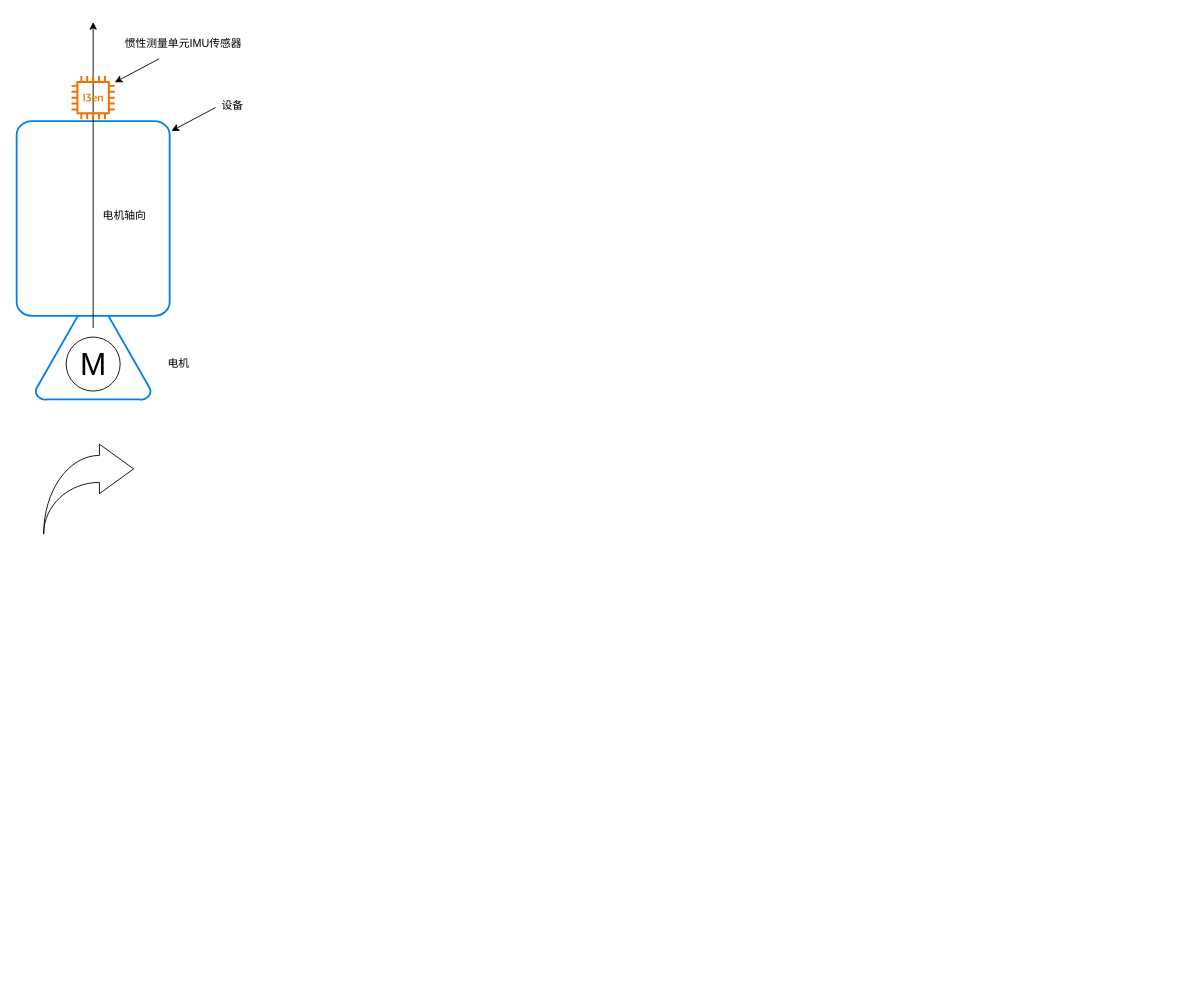
This is draw_io_for_work/motor_jitter_patent.drawio from doctor1cong/draw_flow_chart, a draw.io file, before an edit. Source tidied: cells renumbered, new cells numbered last; positions are measured from the earlier drawing's top-left corner, leaving out a move shared by most shapes. Both pictures are drawn from the tidied source at 90%, with x=0, y=0 at pixel (-47, 22).
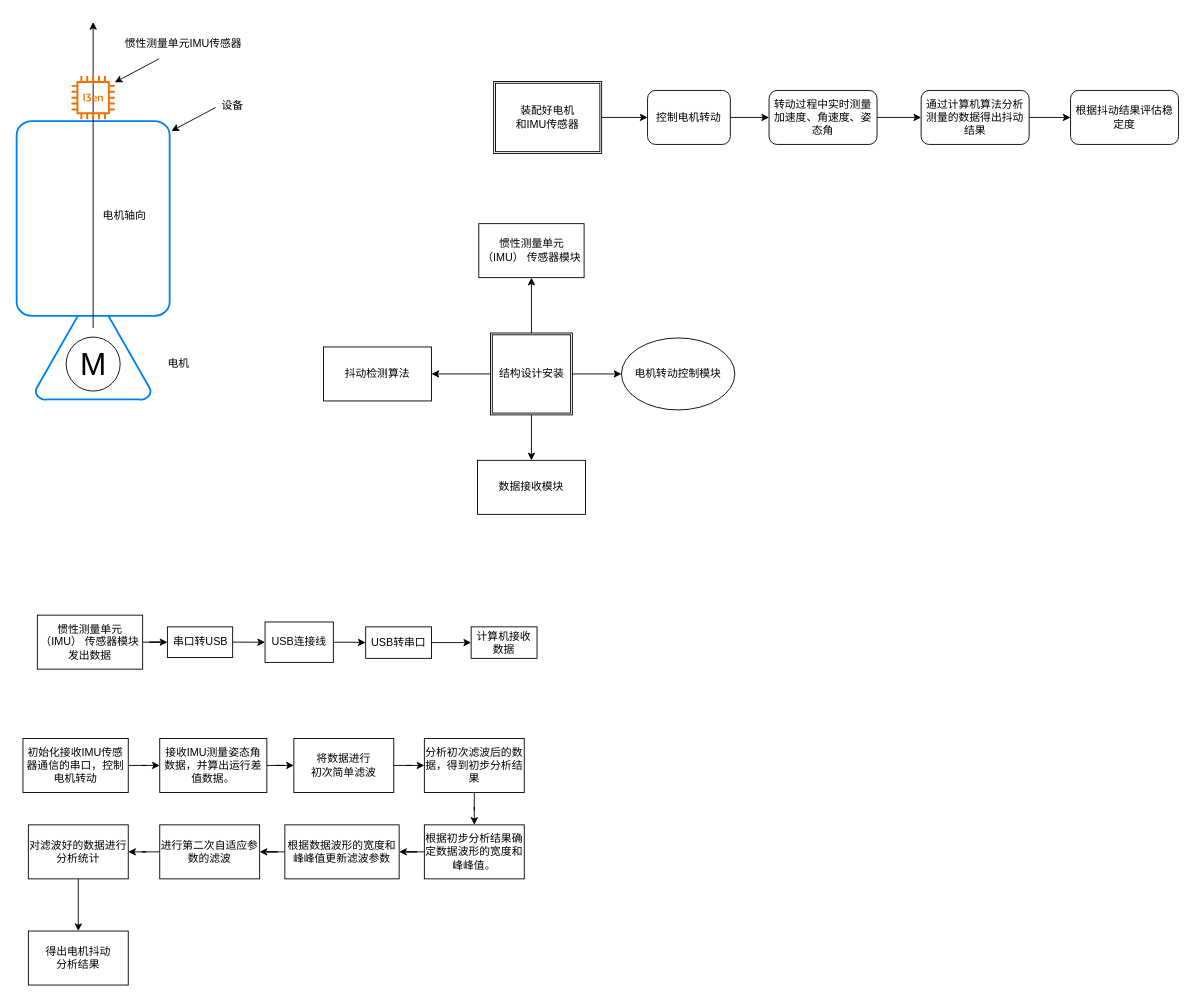
Above is the later version.

The edit, as a diff of the source:
```diff
@@
-    <mxCell id="13" style="html=1;shadow=0;dashed=0;align=center;verticalAlign=middle;shape=mxgraph.arrows2.jumpInArrow;dy=15;dx=38;arrowHead=55;" parent="1" vertex="1">
-      <mxGeometry x="100" y="469" width="100" height="100" as="geometry" />
-    </mxCell>
+    <mxCell id="14" style="edgeStyle=orthogonalEdgeStyle;rounded=0;jettySize=auto;html=1;" parent="1" edge="1" source="15" target="21">
+      <mxGeometry relative="1" as="geometry" />
+    </mxCell>
+    <mxCell id="15" value="装配好电机&lt;div&gt;和IMU传感器&lt;/div&gt;" style="shape=ext;double=1;rounded=0;whiteSpace=wrap;html=1;" parent="1" vertex="1">
+      <mxGeometry x="600" y="66" width="120" height="80" as="geometry" />
+    </mxCell>
+    <mxCell id="16" style="edgeStyle=orthogonalEdgeStyle;rounded=0;jettySize=auto;html=1;" parent="1" edge="1" source="17" target="19">
+      <mxGeometry relative="1" as="geometry" />
+    </mxCell>
+    <mxCell id="17" value="转动过程中实时测量加速度、角速度、姿态角" style="rounded=1;whiteSpace=wrap;html=1;" parent="1" vertex="1">
+      <mxGeometry x="906" y="76" width="120" height="60" as="geometry" />
+    </mxCell>
+    <mxCell id="18" style="edgeStyle=orthogonalEdgeStyle;rounded=0;jettySize=auto;html=1;" parent="1" edge="1" source="19" target="31">
+      <mxGeometry relative="1" as="geometry" />
+    </mxCell>
+    <mxCell id="19" value="通过计算机算法分析测量的数据得出抖动结果" style="rounded=1;whiteSpace=wrap;html=1;" parent="1" vertex="1">
+      <mxGeometry x="1075" y="76" width="120" height="60" as="geometry" />
+    </mxCell>
+    <mxCell id="20" style="edgeStyle=orthogonalEdgeStyle;rounded=0;jettySize=auto;html=1;" parent="1" edge="1" source="21" target="17">
+      <mxGeometry relative="1" as="geometry" />
+    </mxCell>
+    <mxCell id="21" value="控制电机转动" style="rounded=1;whiteSpace=wrap;html=1;" parent="1" vertex="1">
+      <mxGeometry x="771" y="76" width="92" height="60" as="geometry" />
+    </mxCell>
+    <mxCell id="22" style="edgeStyle=orthogonalEdgeStyle;rounded=0;jettySize=auto;html=1;" parent="1" edge="1" source="26" target="27">
+      <mxGeometry relative="1" as="geometry" />
+    </mxCell>
+    <mxCell id="23" style="edgeStyle=orthogonalEdgeStyle;rounded=0;jettySize=auto;html=1;" parent="1" edge="1" source="26" target="28">
+      <mxGeometry relative="1" as="geometry" />
+    </mxCell>
+    <mxCell id="24" style="edgeStyle=orthogonalEdgeStyle;rounded=0;jettySize=auto;html=1;" parent="1" edge="1" source="26" target="29">
+      <mxGeometry relative="1" as="geometry" />
+    </mxCell>
+    <mxCell id="25" style="edgeStyle=orthogonalEdgeStyle;rounded=0;jettySize=auto;html=1;" parent="1" edge="1" source="26" target="30">
+      <mxGeometry relative="1" as="geometry" />
+    </mxCell>
+    <mxCell id="26" value="结构设计安装" style="shape=ext;double=1;whiteSpace=wrap;html=1;" parent="1" vertex="1">
+      <mxGeometry x="596.5" y="345.5" width="91" height="91" as="geometry" />
+    </mxCell>
+    <mxCell id="27" value="电机转动控制模块" style="ellipse;whiteSpace=wrap;html=1;" parent="1" vertex="1">
+      <mxGeometry x="742" y="351" width="126" height="80" as="geometry" />
+    </mxCell>
+    <mxCell id="28" value="惯性测量单元（IMU） 传感器模块" style="whiteSpace=wrap;html=1;" parent="1" vertex="1">
+      <mxGeometry x="583.5" y="224" width="117" height="60" as="geometry" />
+    </mxCell>
+    <mxCell id="29" value="数据接收模块" style="whiteSpace=wrap;html=1;" parent="1" vertex="1">
+      <mxGeometry x="582" y="487" width="120" height="60" as="geometry" />
+    </mxCell>
+    <mxCell id="30" value="抖动检测算法" style="whiteSpace=wrap;html=1;" parent="1" vertex="1">
+      <mxGeometry x="411" y="361" width="120" height="60" as="geometry" />
+    </mxCell>
+    <mxCell id="31" value="根据抖动结果评估稳定度" style="whiteSpace=wrap;html=1;rounded=1;" parent="1" vertex="1">
+      <mxGeometry x="1241" y="76" width="120" height="60" as="geometry" />
+    </mxCell>
+    <mxCell id="32" style="edgeStyle=orthogonalEdgeStyle;rounded=0;jettySize=auto;html=1;" parent="1" edge="1" source="33" target="35">
+      <mxGeometry relative="1" as="geometry" />
+    </mxCell>
+    <mxCell id="33" value="惯性测量单元（IMU） 传感器模块&lt;div&gt;发出数据&lt;/div&gt;" style="whiteSpace=wrap;html=1;" parent="1" vertex="1">
+      <mxGeometry x="93" y="659" width="117" height="60" as="geometry" />
+    </mxCell>
+    <mxCell id="34" style="edgeStyle=orthogonalEdgeStyle;rounded=0;jettySize=auto;html=1;" parent="1" edge="1" source="35" target="37">
+      <mxGeometry relative="1" as="geometry" />
+    </mxCell>
+    <mxCell id="35" value="串口转USB" style="whiteSpace=wrap;html=1;" parent="1" vertex="1">
+      <mxGeometry x="237.5" y="672" width="72.5" height="34" as="geometry" />
+    </mxCell>
+    <mxCell id="36" style="edgeStyle=orthogonalEdgeStyle;rounded=0;jettySize=auto;html=1;" parent="1" edge="1" source="37" target="39">
+      <mxGeometry relative="1" as="geometry" />
+    </mxCell>
+    <mxCell id="37" value="USB连接线" style="whiteSpace=wrap;html=1;direction=south;" parent="1" vertex="1">
+      <mxGeometry x="346" y="666.6" width="75.9" height="44.9" as="geometry" />
+    </mxCell>
+    <mxCell id="38" style="edgeStyle=orthogonalEdgeStyle;rounded=0;jettySize=auto;html=1;" parent="1" edge="1" source="39" target="40">
+      <mxGeometry relative="1" as="geometry" />
+    </mxCell>
+    <mxCell id="39" value="USB转串口" style="whiteSpace=wrap;html=1;" parent="1" vertex="1">
+      <mxGeometry x="457.8" y="672" width="73.2" height="35" as="geometry" />
+    </mxCell>
+    <mxCell id="40" value="计算机接收数据" style="whiteSpace=wrap;html=1;" parent="1" vertex="1">
+      <mxGeometry x="575" y="672" width="73.2" height="35" as="geometry" />
+    </mxCell>
+    <mxCell id="41" style="edgeStyle=orthogonalEdgeStyle;rounded=0;jettySize=auto;html=1;" parent="1" edge="1" source="42" target="44">
+      <mxGeometry relative="1" as="geometry" />
+    </mxCell>
+    <mxCell id="42" value="初始化接收IMU传感器通信的串口，控制电机转动" style="whiteSpace=wrap;html=1;" parent="1" vertex="1">
+      <mxGeometry x="77" y="796" width="117" height="60" as="geometry" />
+    </mxCell>
+    <mxCell id="43" style="edgeStyle=orthogonalEdgeStyle;rounded=0;jettySize=auto;html=1;" parent="1" edge="1" source="44" target="46">
+      <mxGeometry relative="1" as="geometry" />
+    </mxCell>
+    <mxCell id="44" value="接收IMU测量姿态角数据，并算出运行差值数据。" style="whiteSpace=wrap;html=1;" parent="1" vertex="1">
+      <mxGeometry x="229" y="796" width="119" height="60" as="geometry" />
+    </mxCell>
+    <mxCell id="45" style="edgeStyle=orthogonalEdgeStyle;rounded=0;jettySize=auto;html=1;" parent="1" edge="1" source="46" target="48">
+      <mxGeometry relative="1" as="geometry" />
+    </mxCell>
+    <mxCell id="46" value="将数据进行&lt;div&gt;初次简单滤波&lt;/div&gt;" style="whiteSpace=wrap;html=1;" parent="1" vertex="1">
+      <mxGeometry x="378" y="796" width="111" height="60" as="geometry" />
+    </mxCell>
+    <mxCell id="47" style="edgeStyle=orthogonalEdgeStyle;rounded=0;jettySize=auto;html=1;" parent="1" edge="1" source="48" target="50">
+      <mxGeometry relative="1" as="geometry" />
+    </mxCell>
+    <mxCell id="48" value="分析初次滤波后的数据，得到初步分析结果" style="whiteSpace=wrap;html=1;" parent="1" vertex="1">
+      <mxGeometry x="523" y="796" width="111" height="60" as="geometry" />
+    </mxCell>
+    <mxCell id="49" style="edgeStyle=orthogonalEdgeStyle;rounded=0;jettySize=auto;html=1;" parent="1" edge="1" source="50" target="52">
+      <mxGeometry relative="1" as="geometry" />
+    </mxCell>
+    <mxCell id="50" value="根据初步分析结果确定数据波形的宽度和峰峰值。" style="whiteSpace=wrap;html=1;" parent="1" vertex="1">
+      <mxGeometry x="523" y="892" width="111" height="60" as="geometry" />
+    </mxCell>
+    <mxCell id="51" style="edgeStyle=orthogonalEdgeStyle;rounded=0;jettySize=auto;html=1;" parent="1" edge="1" source="52" target="54">
+      <mxGeometry relative="1" as="geometry" />
+    </mxCell>
+    <mxCell id="52" value="根据数据波形的宽度和峰峰值更新滤波参数" style="whiteSpace=wrap;html=1;" parent="1" vertex="1">
+      <mxGeometry x="368" y="892" width="127" height="60" as="geometry" />
+    </mxCell>
+    <mxCell id="53" style="edgeStyle=orthogonalEdgeStyle;rounded=0;jettySize=auto;html=1;" parent="1" edge="1" source="54" target="56">
+      <mxGeometry relative="1" as="geometry" />
+    </mxCell>
+    <mxCell id="54" value="进行第二次自适应参数的滤波" style="whiteSpace=wrap;html=1;" parent="1" vertex="1">
+      <mxGeometry x="229" y="892" width="111" height="60" as="geometry" />
+    </mxCell>
+    <mxCell id="55" style="edgeStyle=orthogonalEdgeStyle;rounded=0;jettySize=auto;html=1;" parent="1" edge="1" source="56" target="57">
+      <mxGeometry relative="1" as="geometry" />
+    </mxCell>
+    <mxCell id="56" value="对滤波好的数据进行分析统计" style="whiteSpace=wrap;html=1;" parent="1" vertex="1">
+      <mxGeometry x="83" y="892" width="111" height="60" as="geometry" />
+    </mxCell>
+    <mxCell id="57" value="得出电机抖动&lt;div&gt;分析结果&lt;/div&gt;" style="whiteSpace=wrap;html=1;" parent="1" vertex="1">
+      <mxGeometry x="83" y="1010" width="111" height="60" as="geometry" />
+    </mxCell>
```
